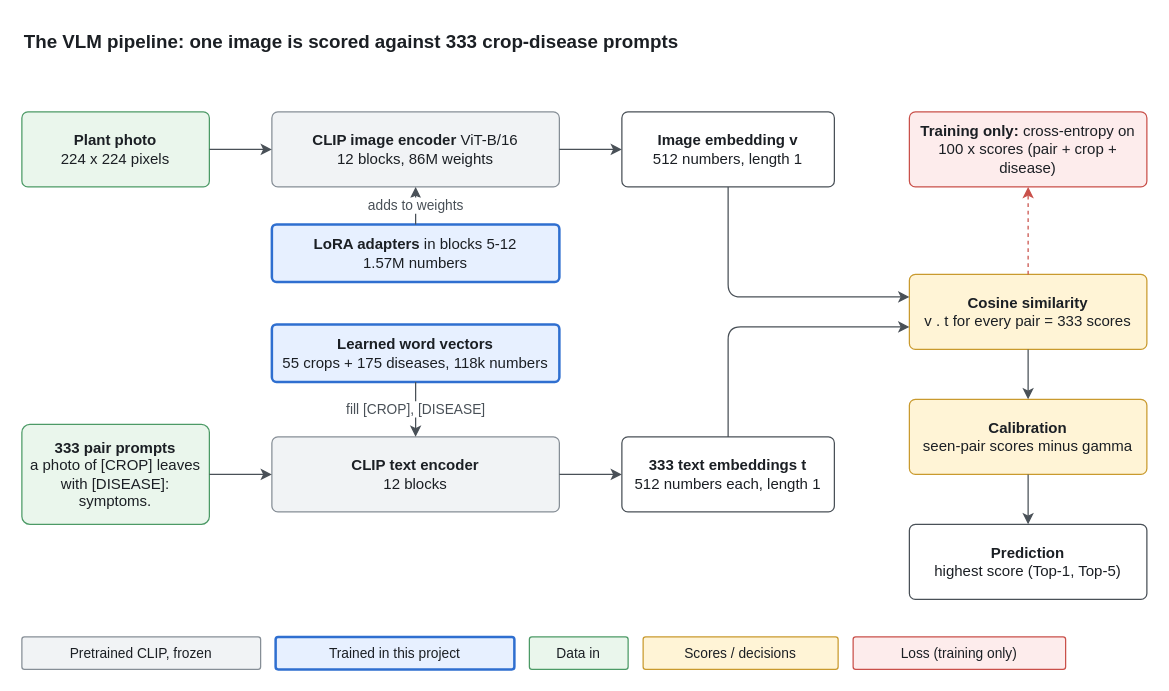
Before: docs/vlm/diagrams/breakdown/fig01_pipeline.drawio in Suerfine/Out-Of-Distribution-Plant-Disease-Identification, a draw.io diagram. Source tidied: cells renumbered, new cells numbered last; positions are measured from the earlier drawing's top-left corner, leaving out a move shared by most shapes. Both pictures are drawn from the tidied source at 125%, with x=0, y=0 at pixel (21, 21).
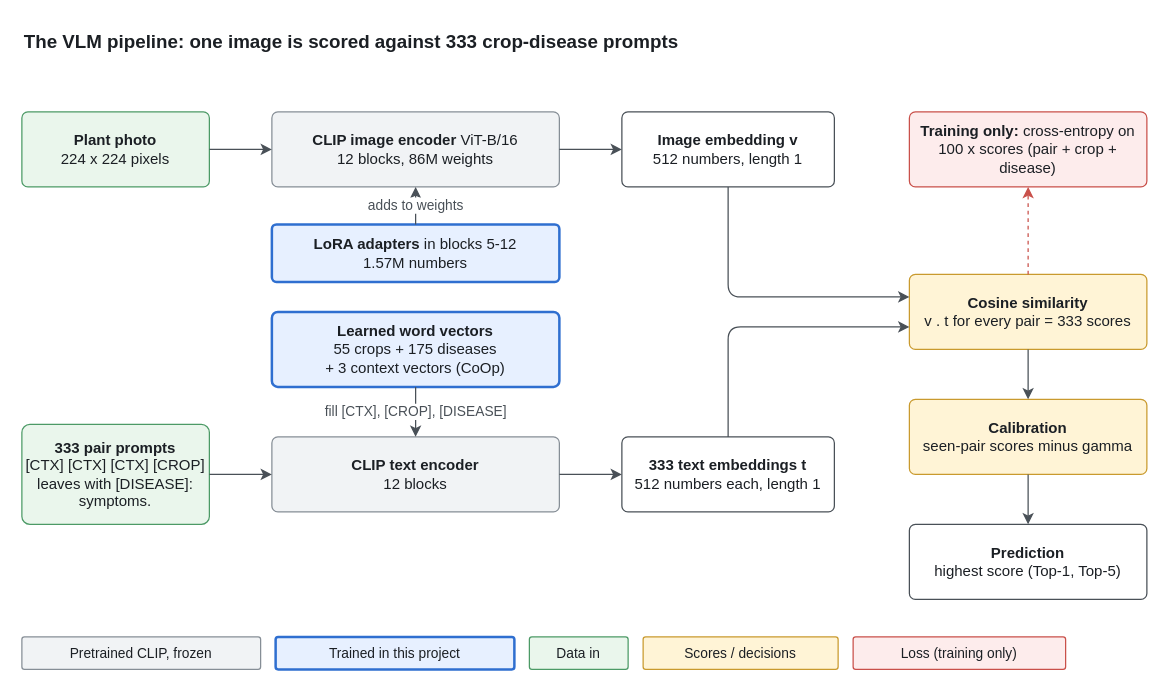
Above is the later version.

Unchanged cells that the change refers to:
```xml
<mxCell id="9" value="&lt;b&gt;CLIP text encoder&lt;/b&gt;&lt;br&gt;12 blocks" style="rounded=1;arcSize=8;whiteSpace=wrap;html=1;fontFamily=Helvetica;fontSize=12;fontColor=#1B1F24;fillColor=#F1F3F5;strokeColor=#868E96;" parent="1" vertex="1">
  <mxGeometry x="200" y="332" width="230" height="60" as="geometry" />
</mxCell>
```

What changed in the source:
```diff
@@
-    <mxCell id="7" value="&lt;b&gt;333 pair prompts&lt;/b&gt;&lt;br&gt;a photo of [CROP] leaves with [DISEASE]: symptoms." style="rounded=1;arcSize=8;whiteSpace=wrap;html=1;fontFamily=Helvetica;fontSize=12;fontColor=#1B1F24;fillColor=#EAF6EC;strokeColor=#4C9A66;" parent="1" vertex="1">
+    <mxCell id="7" value="&lt;b&gt;333 pair prompts&lt;/b&gt;&lt;br&gt;[CTX] [CTX] [CTX] [CROP] leaves with [DISEASE]: symptoms." style="rounded=1;arcSize=8;whiteSpace=wrap;html=1;fontFamily=Helvetica;fontSize=12;fontColor=#1B1F24;fillColor=#EAF6EC;strokeColor=#4C9A66;" parent="1" vertex="1">
       <mxGeometry y="322" width="150" height="80" as="geometry" />
     </mxCell>
-    <mxCell id="8" value="&lt;b&gt;Learned word vectors&lt;/b&gt;&lt;br&gt;55 crops + 175 diseases, 118k numbers" style="rounded=1;arcSize=8;whiteSpace=wrap;html=1;fontFamily=Helvetica;fontSize=12;fontColor=#1B1F24;fillColor=#E7F0FF;strokeColor=#2F6FD0;strokeWidth=2;" parent="1" vertex="1">
-      <mxGeometry x="200" y="242" width="230" height="46" as="geometry" />
+    <mxCell id="8" value="&lt;b&gt;Learned word vectors&lt;/b&gt;&lt;br&gt;55 crops + 175 diseases&lt;br&gt;+ 3 context vectors (CoOp)" style="rounded=1;arcSize=8;whiteSpace=wrap;html=1;fontFamily=Helvetica;fontSize=12;fontColor=#1B1F24;fillColor=#E7F0FF;strokeColor=#2F6FD0;strokeWidth=2;" parent="1" vertex="1">
+      <mxGeometry x="200" y="232" width="230" height="60" as="geometry" />
     </mxCell>
@@
-    <mxCell id="19" value="fill [CROP], [DISEASE]" style="edgeStyle=orthogonalEdgeStyle;rounded=1;html=1;strokeColor=#495057;fontFamily=Helvetica;fontSize=11;fontColor=#495057;labelBackgroundColor=#FFFFFF;endArrow=classic;exitX=0.5;exitY=1;exitDx=0;exitDy=0;entryX=0.5;entryY=0;entryDx=0;entryDy=0;" parent="1" edge="1" source="8" target="9">
+    <mxCell id="19" value="fill [CTX], [CROP], [DISEASE]" style="edgeStyle=orthogonalEdgeStyle;rounded=1;html=1;strokeColor=#495057;fontFamily=Helvetica;fontSize=11;fontColor=#495057;labelBackgroundColor=#FFFFFF;endArrow=classic;exitX=0.5;exitY=1;exitDx=0;exitDy=0;entryX=0.5;entryY=0;entryDx=0;entryDy=0;" parent="1" edge="1" source="8" target="9">
       <mxGeometry relative="1" as="geometry" />
     </mxCell>
```
